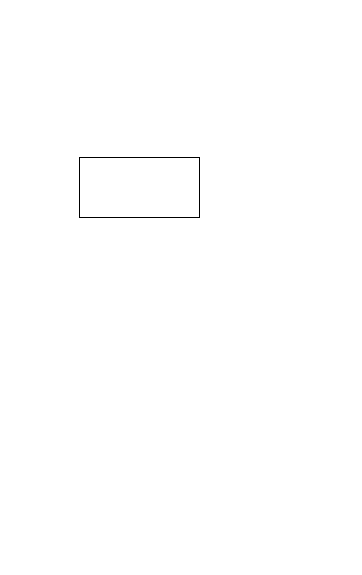
antonionavarro04/Tema3While keeps this draw.io diagram as page "Ejercicio 1" (1 of 2) of diagramas/Diagramas.drawio. Above is the earlier version. Source tidied: cells renumbered, new cells numbered last; positions are measured from the earlier drawing's top-left corner, leaving out a move shared by most shapes. Both pictures are drawn from the tidied source at 100%, with x=0, y=0 at pixel (79, 157).
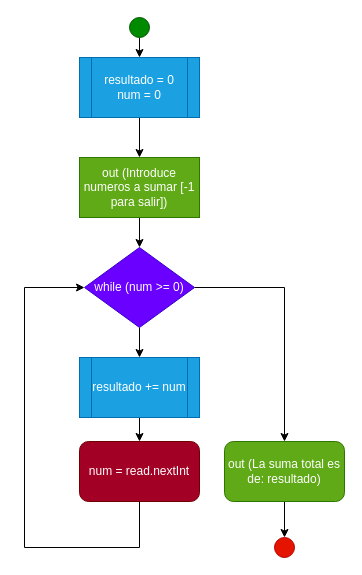
The same page after the edit.

Diff of the diagram source:
```diff
@@
 <mxGraphModel>
   <root>
     <mxCell id="0" />
     <mxCell id="1" parent="0" />
+    <mxCell id="3" style="edgeStyle=orthogonalEdgeStyle;rounded=0;jettySize=auto;html=1;exitX=0.5;exitY=1;exitDx=0;exitDy=0;entryX=0.5;entryY=0;entryDx=0;entryDy=0;" parent="1" edge="1" source="2" target="6">
+      <mxGeometry relative="1" as="geometry" />
+    </mxCell>
-    <mxCell id="2" style="rounded=0;whiteSpace=wrap;html=1;" parent="1" vertex="1">
+    <mxCell id="2" value="out (Introduce numeros a sumar [-1 para salir])" style="rounded=0;whiteSpace=wrap;html=1;fillColor=#60a917;fontColor=#ffffff;strokeColor=#2D7600;" parent="1" vertex="1">
       <mxGeometry width="120" height="60" as="geometry" />
     </mxCell>
+    <mxCell id="4" style="edgeStyle=orthogonalEdgeStyle;rounded=0;jettySize=auto;html=1;exitX=0.5;exitY=1;exitDx=0;exitDy=0;entryX=0.5;entryY=0;entryDx=0;entryDy=0;" parent="1" edge="1" source="6" target="10">
+      <mxGeometry relative="1" as="geometry" />
+    </mxCell>
+    <mxCell id="5" style="edgeStyle=orthogonalEdgeStyle;rounded=0;jettySize=auto;html=1;exitX=1;exitY=0.5;exitDx=0;exitDy=0;entryX=0.5;entryY=0;entryDx=0;entryDy=0;" parent="1" edge="1" source="6" target="14">
+      <mxGeometry relative="1" as="geometry" />
+    </mxCell>
+    <mxCell id="6" value="while (num &amp;gt;= 0)" style="rhombus;whiteSpace=wrap;html=1;fillColor=#6a00ff;fontColor=#ffffff;strokeColor=#3700CC;" parent="1" vertex="1">
+      <mxGeometry x="5" y="90" width="110" height="80" as="geometry" />
+    </mxCell>
+    <mxCell id="7" style="edgeStyle=orthogonalEdgeStyle;rounded=0;jettySize=auto;html=1;exitX=0.5;exitY=1;exitDx=0;exitDy=0;entryX=0.5;entryY=0;entryDx=0;entryDy=0;" parent="1" edge="1" source="8" target="2">
+      <mxGeometry relative="1" as="geometry" />
+    </mxCell>
+    <mxCell id="8" value="resultado = 0&lt;br&gt;num = 0" style="shape=process;whiteSpace=wrap;html=1;backgroundOutline=1;fillColor=#1ba1e2;fontColor=#ffffff;strokeColor=#006EAF;" parent="1" vertex="1">
+      <mxGeometry y="-100" width="120" height="60" as="geometry" />
+    </mxCell>
+    <mxCell id="9" style="edgeStyle=orthogonalEdgeStyle;rounded=0;jettySize=auto;html=1;exitX=0.5;exitY=1;exitDx=0;exitDy=0;entryX=0.5;entryY=0;entryDx=0;entryDy=0;" parent="1" edge="1" source="10" target="12">
+      <mxGeometry relative="1" as="geometry" />
+    </mxCell>
+    <mxCell id="10" value="resultado += num" style="shape=process;whiteSpace=wrap;html=1;backgroundOutline=1;fillColor=#1ba1e2;fontColor=#ffffff;strokeColor=#006EAF;" parent="1" vertex="1">
+      <mxGeometry y="200" width="120" height="60" as="geometry" />
+    </mxCell>
+    <mxCell id="11" style="edgeStyle=orthogonalEdgeStyle;rounded=0;jettySize=auto;html=1;exitX=0.5;exitY=1;exitDx=0;exitDy=0;entryX=0;entryY=0.5;entryDx=0;entryDy=0;" parent="1" edge="1" source="12" target="6">
+      <mxGeometry relative="1" as="geometry">
+        <Array as="points">
+          <mxPoint x="60" y="390" />
+          <mxPoint x="-55" y="390" />
+          <mxPoint x="-55" y="130" />
+        </Array>
+      </mxGeometry>
+    </mxCell>
+    <mxCell id="12" value="num = read.nextInt" style="rounded=1;whiteSpace=wrap;html=1;fillColor=#a20025;fontColor=#ffffff;strokeColor=#6F0000;" parent="1" vertex="1">
+      <mxGeometry y="284" width="120" height="60" as="geometry" />
+    </mxCell>
+    <mxCell id="13" style="edgeStyle=orthogonalEdgeStyle;rounded=0;jettySize=auto;html=1;exitX=0.5;exitY=1;exitDx=0;exitDy=0;entryX=0.5;entryY=0;entryDx=0;entryDy=0;" parent="1" edge="1" source="14" target="15">
+      <mxGeometry relative="1" as="geometry" />
+    </mxCell>
+    <mxCell id="14" value="out (La suma total es de: resultado)" style="rounded=1;whiteSpace=wrap;html=1;fillColor=#60a917;fontColor=#ffffff;strokeColor=#2D7600;" parent="1" vertex="1">
+      <mxGeometry x="145" y="284" width="120" height="60" as="geometry" />
+    </mxCell>
+    <mxCell id="15" style="ellipse;whiteSpace=wrap;html=1;fillColor=#e51400;fontColor=#ffffff;strokeColor=#B20000;" parent="1" vertex="1">
+      <mxGeometry x="195" y="380" width="20" height="20" as="geometry" />
+    </mxCell>
+    <mxCell id="16" style="edgeStyle=orthogonalEdgeStyle;rounded=0;jettySize=auto;html=1;exitX=0.5;exitY=1;exitDx=0;exitDy=0;entryX=0.5;entryY=0;entryDx=0;entryDy=0;" parent="1" edge="1" source="17" target="8">
+      <mxGeometry relative="1" as="geometry" />
+    </mxCell>
+    <mxCell id="17" style="ellipse;whiteSpace=wrap;html=1;fillColor=#008a00;fontColor=#ffffff;strokeColor=#005700;" parent="1" vertex="1">
+      <mxGeometry x="50" y="-140" width="20" height="20" as="geometry" />
+    </mxCell>
   </root>
 </mxGraphModel>
```
